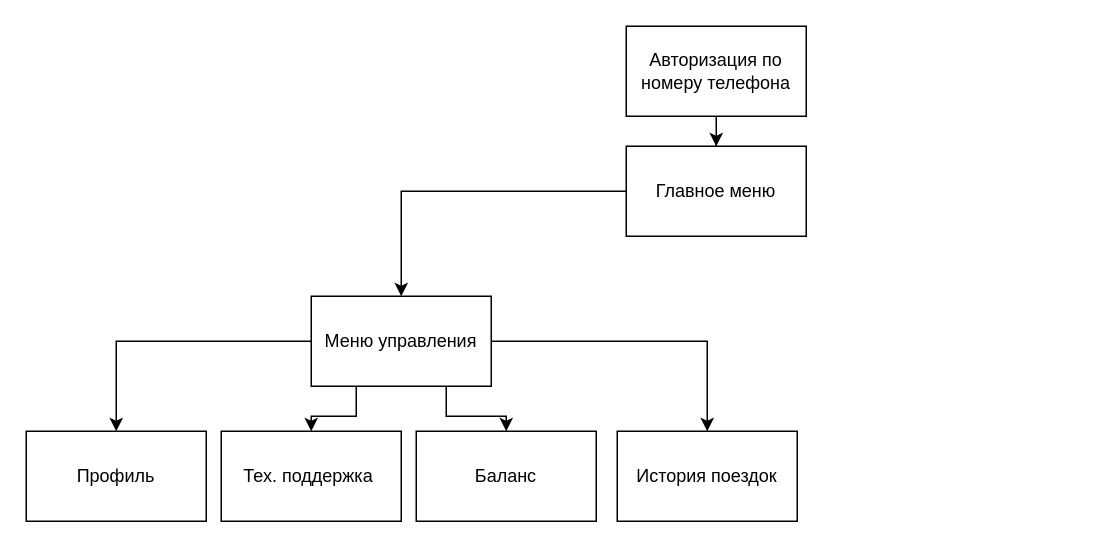
This is какая-то карта.drawio from PupHops/Samokat, a draw.io file, before an edit. Source tidied: cells renumbered, new cells numbered last; positions are measured from the earlier drawing's top-left corner, leaving out a move shared by most shapes. Both pictures are drawn from the tidied source at 150%, with x=0, y=0 at pixel (26, 26).
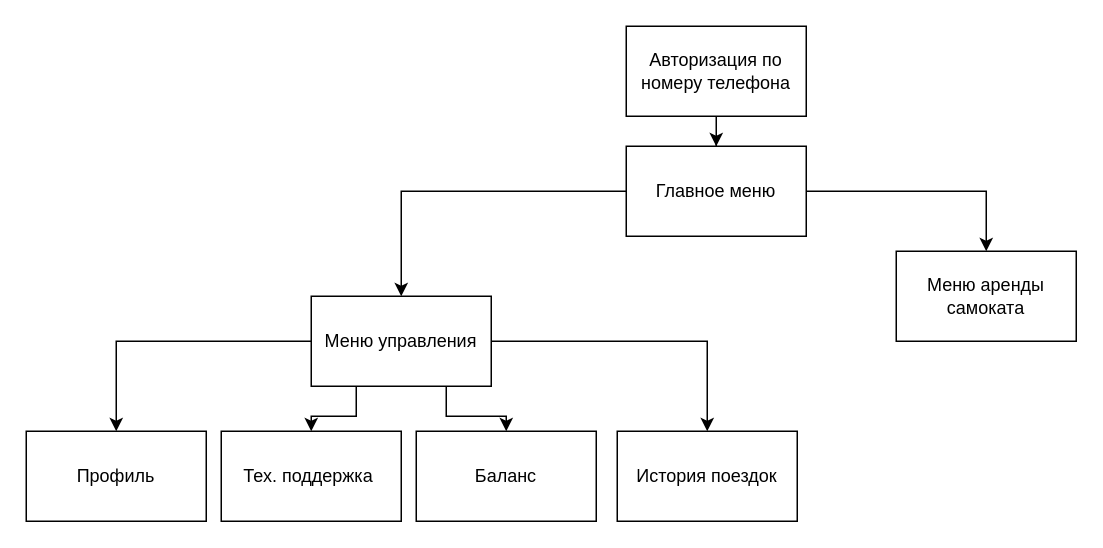
After the change.

The edit, as a diff of the source:
```diff
@@
 <mxGraphModel>
   <root>
     <mxCell id="0" />
     <mxCell id="1" parent="0" />
     <mxCell id="2" style="edgeStyle=orthogonalEdgeStyle;rounded=0;jettySize=auto;html=1;entryX=0.5;entryY=0;entryDx=0;entryDy=0;" parent="1" edge="1" source="3" target="5">
       <mxGeometry relative="1" as="geometry" />
     </mxCell>
     <mxCell id="3" value="Авторизация по номеру телефона" style="rounded=0;whiteSpace=wrap;html=1;" parent="1" vertex="1">
       <mxGeometry x="400" width="120" height="60" as="geometry" />
     </mxCell>
     <mxCell id="4" style="edgeStyle=orthogonalEdgeStyle;rounded=0;jettySize=auto;html=1;entryX=0.5;entryY=0;entryDx=0;entryDy=0;" parent="1" edge="1" source="5" target="10">
       <mxGeometry relative="1" as="geometry" />
     </mxCell>
+    <mxCell id="15" style="edgeStyle=orthogonalEdgeStyle;rounded=0;jettySize=auto;html=1;exitX=1;exitY=0.5;exitDx=0;exitDy=0;" parent="1" edge="1" source="5" target="16">
+      <mxGeometry relative="1" as="geometry" />
+    </mxCell>
     <mxCell id="5" value="Главное меню" style="rounded=0;whiteSpace=wrap;html=1;" parent="1" vertex="1">
       <mxGeometry x="400" y="80" width="120" height="60" as="geometry" />
     </mxCell>
     <mxCell id="6" style="edgeStyle=orthogonalEdgeStyle;rounded=0;jettySize=auto;html=1;exitX=0;exitY=0.5;exitDx=0;exitDy=0;" parent="1" edge="1" source="10" target="12">
       <mxGeometry relative="1" as="geometry" />
     </mxCell>
     <mxCell id="7" style="edgeStyle=orthogonalEdgeStyle;rounded=0;jettySize=auto;html=1;exitX=0.25;exitY=1;exitDx=0;exitDy=0;" parent="1" edge="1" source="10" target="11">
       <mxGeometry relative="1" as="geometry" />
     </mxCell>
     <mxCell id="8" style="edgeStyle=orthogonalEdgeStyle;rounded=0;jettySize=auto;html=1;exitX=0.75;exitY=1;exitDx=0;exitDy=0;entryX=0.5;entryY=0;entryDx=0;entryDy=0;" parent="1" edge="1" source="10" target="13">
       <mxGeometry relative="1" as="geometry" />
     </mxCell>
     <mxCell id="9" style="edgeStyle=orthogonalEdgeStyle;rounded=0;jettySize=auto;html=1;exitX=1;exitY=0.5;exitDx=0;exitDy=0;entryX=0.5;entryY=0;entryDx=0;entryDy=0;" parent="1" edge="1" source="10" target="14">
       <mxGeometry relative="1" as="geometry" />
     </mxCell>
     <mxCell id="10" value="Меню управления" style="rounded=0;whiteSpace=wrap;html=1;" parent="1" vertex="1">
       <mxGeometry x="190" y="180" width="120" height="60" as="geometry" />
     </mxCell>
     <mxCell id="11" value="Тех. поддержка&amp;nbsp;" style="rounded=0;whiteSpace=wrap;html=1;" parent="1" vertex="1">
       <mxGeometry x="130" y="270" width="120" height="60" as="geometry" />
     </mxCell>
     <mxCell id="12" value="Профиль" style="rounded=0;whiteSpace=wrap;html=1;" parent="1" vertex="1">
       <mxGeometry y="270" width="120" height="60" as="geometry" />
     </mxCell>
     <mxCell id="13" value="Баланс" style="rounded=0;whiteSpace=wrap;html=1;" parent="1" vertex="1">
       <mxGeometry x="260" y="270" width="120" height="60" as="geometry" />
     </mxCell>
     <mxCell id="14" value="История поездок" style="rounded=0;whiteSpace=wrap;html=1;" parent="1" vertex="1">
       <mxGeometry x="394" y="270" width="120" height="60" as="geometry" />
     </mxCell>
+    <mxCell id="16" value="Меню аренды самоката" style="rounded=0;whiteSpace=wrap;html=1;" parent="1" vertex="1">
+      <mxGeometry x="580" y="150" width="120" height="60" as="geometry" />
+    </mxCell>
   </root>
 </mxGraphModel>
```
